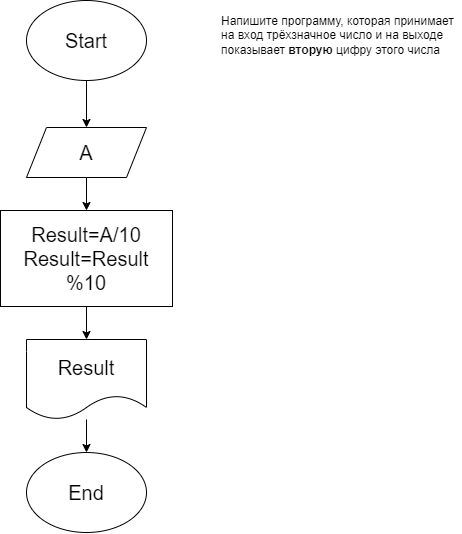
Above: Homework/Homework_02/Exercise010/diagram010.drawio.png in SergeiTimokhin/Introduction_to_programming_languages (draw.io), before the change. Source tidied: cells renumbered, new cells last; positions are measured from the earlier drawing's top-left corner, leaving out a move shared by most shapes.
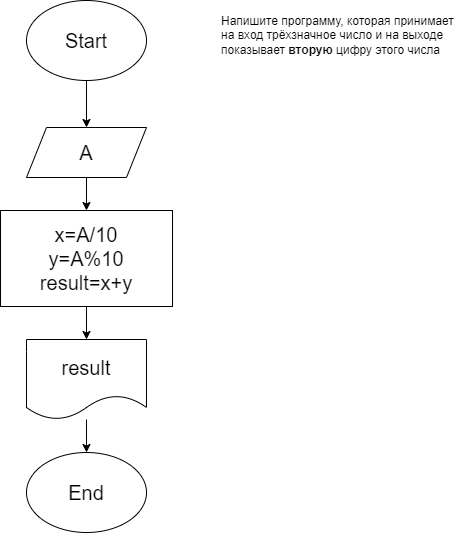
Above is the later version.

Commit message:
В задачу №010 ДЗ №2 добавлена откорректрованная блок-схема

Change to the diagram source:
```diff
@@ -20,13 +20,13 @@
     <mxCell id="7" style="edgeStyle=none;html=1;fontSize=20;" parent="1" edge="1" source="8" target="10">
       <mxGeometry relative="1" as="geometry" />
     </mxCell>
-    <mxCell id="8" value="Result=A/10&lt;br&gt;Result=Result&lt;br&gt;%10" style="rounded=0;whiteSpace=wrap;html=1;fontSize=20;" parent="1" vertex="1">
+    <mxCell id="8" value="x=A/10&lt;br&gt;y=A%10&lt;br&gt;result=x+y" style="rounded=0;whiteSpace=wrap;html=1;fontSize=20;" parent="1" vertex="1">
       <mxGeometry y="210" width="172" height="96" as="geometry" />
     </mxCell>
     <mxCell id="9" style="edgeStyle=none;html=1;fontSize=20;" parent="1" edge="1" source="10" target="11">
       <mxGeometry relative="1" as="geometry" />
     </mxCell>
-    <mxCell id="10" value="Result" style="shape=document;whiteSpace=wrap;html=1;boundedLbl=1;fontSize=20;" parent="1" vertex="1">
+    <mxCell id="10" value="result" style="shape=document;whiteSpace=wrap;html=1;boundedLbl=1;fontSize=20;" parent="1" vertex="1">
       <mxGeometry x="26" y="339" width="120" height="80" as="geometry" />
     </mxCell>
     <mxCell id="11" value="End" style="ellipse;whiteSpace=wrap;html=1;fontSize=20;" parent="1" vertex="1">
```
